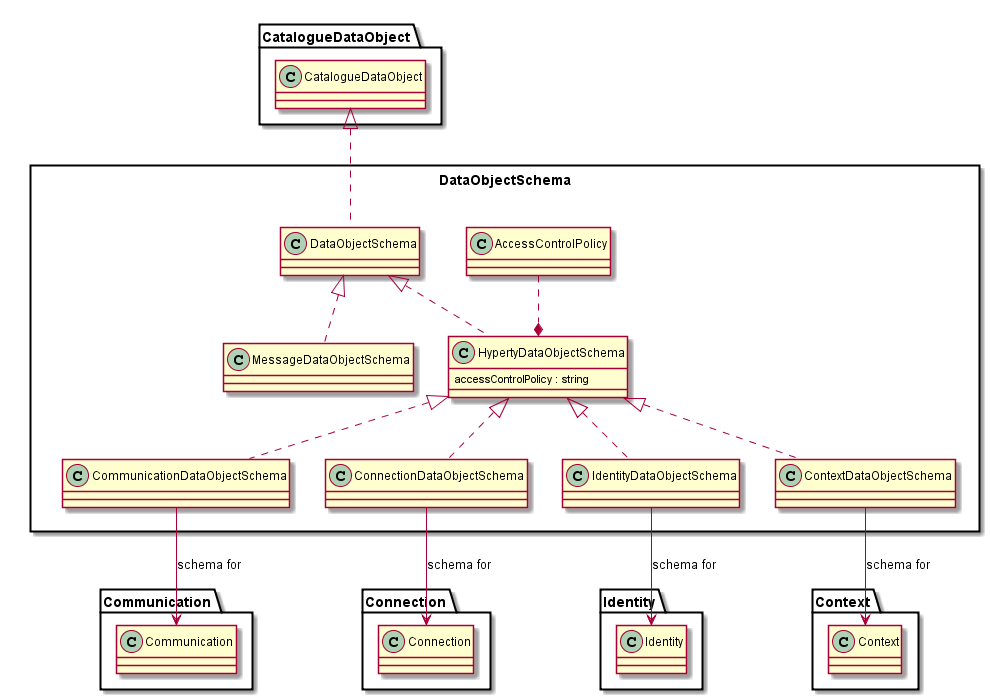
reTHINK-project/dev-service-framework keeps this PlantUML diagram as docs/datamodel/Data-Object-Schema.png. Above is the earlier version. Source of this version:
```plantuml
@startuml "Data-Object-Schema.png"

package DataObjectSchema <<Rect>> {

	class DataObjectSchema {
	}

	DataObjectSchema .up.|> CatalogueDataObject.CatalogueDataObject

	class MessageDataObjectSchema {
	}

	class HypertyDataObjectSchema {
	accessControlPolicy : string
	}

	class AccessControlPolicy {
	}

	class CommunicationDataObjectSchema {
	}

	class ConnectionDataObjectSchema {
	}

	class IdentityDataObjectSchema {
	}

	class ContextDataObjectSchema {
	}

	MessageDataObjectSchema .up.|> DataObjectSchema
	HypertyDataObjectSchema .up.|> DataObjectSchema

	HypertyDataObjectSchema *.up. AccessControlPolicy

	CommunicationDataObjectSchema .up.|> HypertyDataObjectSchema
	ConnectionDataObjectSchema .up.|> HypertyDataObjectSchema
	IdentityDataObjectSchema .up.|> HypertyDataObjectSchema
	ContextDataObjectSchema .up.|> HypertyDataObjectSchema

	CommunicationDataObjectSchema -down-> Communication.Communication : schema for

	ConnectionDataObjectSchema -down-> Connection.Connection : schema for

	IdentityDataObjectSchema -down-> Identity.Identity : schema for

	ContextDataObjectSchema -down-> Context.Context : schema for
}

@enduml
```
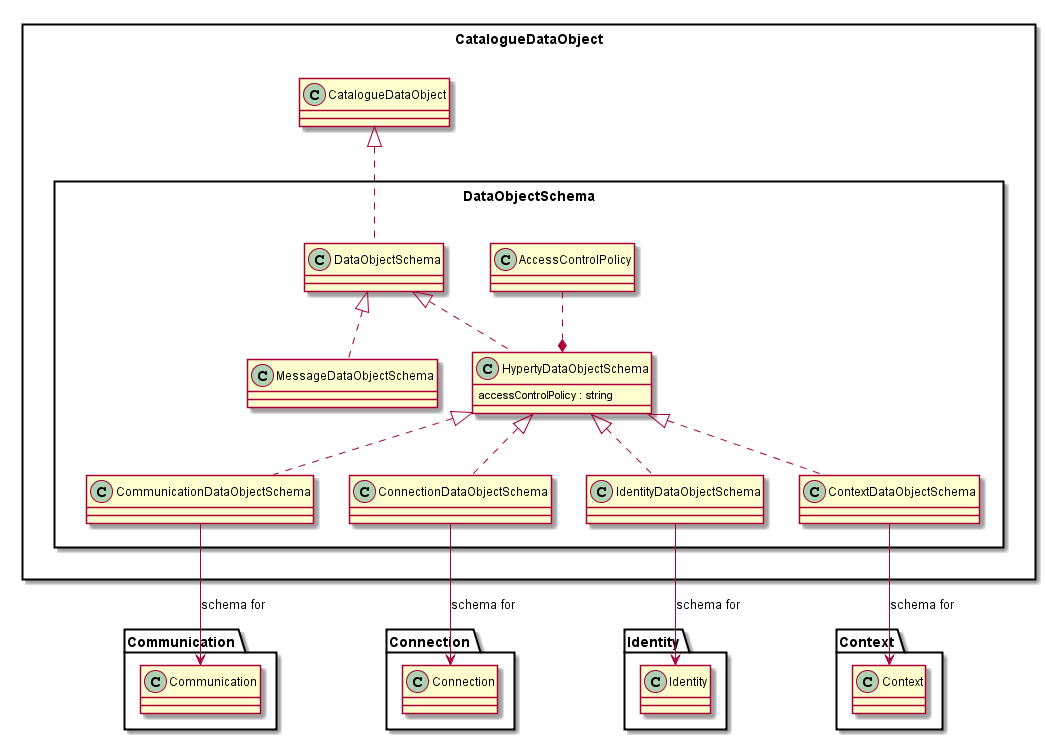
The same file after the commit.

Change to the diagram source:
```diff
@@ -1,4 +1,7 @@
 @startuml "Data-Object-Schema.png"
+
+package CatalogueDataObject <<Rect>> {
+
 
 package DataObjectSchema <<Rect>> {
 
@@ -48,4 +51,5 @@
 	ContextDataObjectSchema -down-> Context.Context : schema for
 }
 
+}
 @enduml
```
